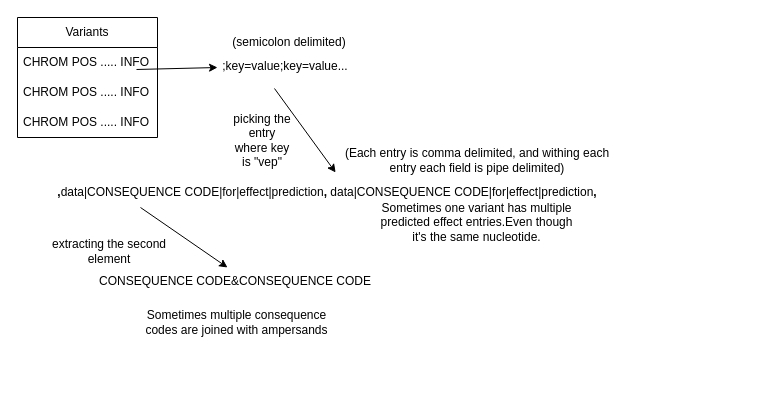
Before: intuition/info_field.drawio in Reilly-Lab-Yale/variant_effects_mnoon, a draw.io diagram. Source tidied: cells renumbered, new cells numbered last; positions are measured from the earlier drawing's top-left corner, leaving out a move shared by most shapes. Both pictures are drawn from the tidied source at 100%, with x=0, y=0 at pixel (17, 17).
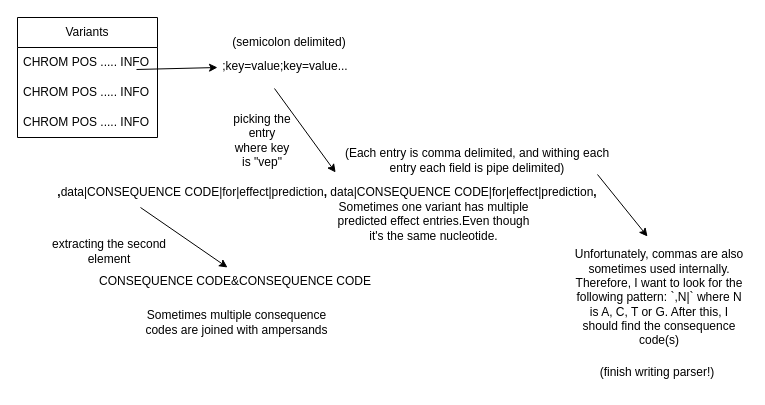
Above is the later version.

Commit message (it also covers changes not shown here):
updated intuition parser diagram

Change to the diagram source:
```diff
@@
     <mxCell id="16" value="Sometimes one variant has multiple predicted effect entries.Even though it's the same nucleotide." style="text;html=1;strokeColor=none;fillColor=none;align=center;verticalAlign=middle;whiteSpace=wrap;rounded=0;" parent="1" vertex="1">
-      <mxGeometry x="360" y="190" width="199" height="30" as="geometry" />
+      <mxGeometry x="316.5" y="189" width="199" height="30" as="geometry" />
     </mxCell>
@@
+    <mxCell id="18" style="endArrow=classic;html=1;rounded=0;" parent="1" edge="1">
+      <mxGeometry relative="1" as="geometry">
+        <mxPoint x="580" y="157" as="sourcePoint" />
+        <mxPoint x="630" y="219" as="targetPoint" />
+      </mxGeometry>
+    </mxCell>
+    <mxCell id="19" value="Unfortunately, commas are also sometimes used internally. Therefore, I want to look for the following pattern: `,N|` where N is A, C, T or G. After this, I should find the consequence code(s)" style="text;html=1;strokeColor=none;fillColor=none;align=center;verticalAlign=middle;whiteSpace=wrap;rounded=0;" parent="1" vertex="1">
+      <mxGeometry x="554" y="230" width="176" height="100" as="geometry" />
+    </mxCell>
+    <mxCell id="20" value="(finish writing parser!)" style="text;html=1;strokeColor=none;fillColor=none;align=center;verticalAlign=middle;whiteSpace=wrap;rounded=0;" parent="1" vertex="1">
+      <mxGeometry x="570" y="340" width="140" height="30" as="geometry" />
+    </mxCell>
```
